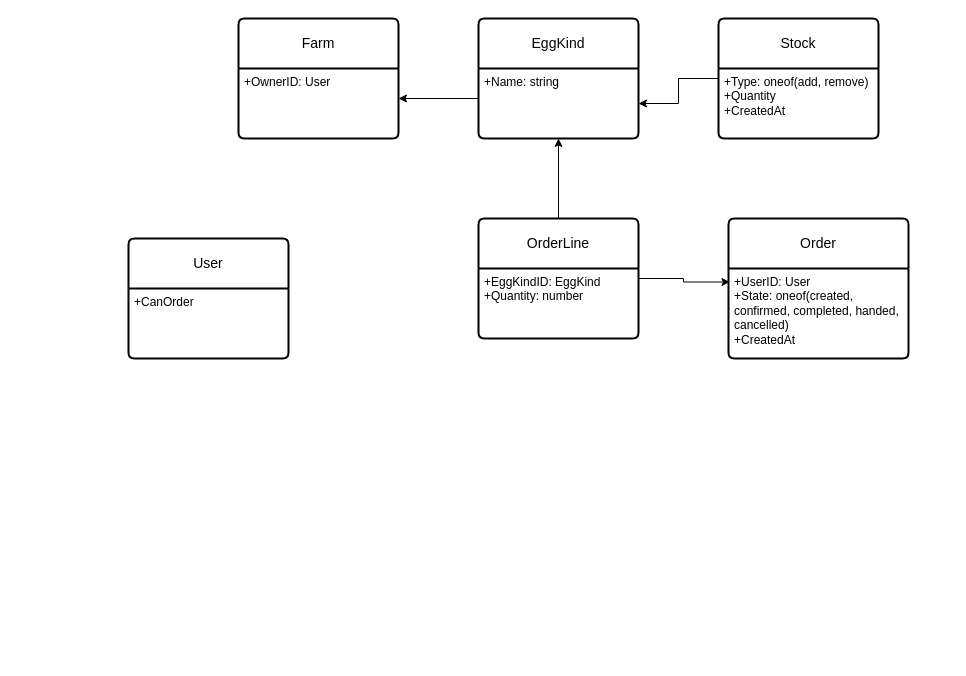
oldrich-todt/Eggcelent keeps this draw.io diagram as Diagrams/EntityRelations.drawio. Above is the earlier version. Source tidied: cells renumbered, new cells numbered last; positions are measured from the earlier drawing's top-left corner, leaving out a move shared by most shapes. Both pictures are drawn from the tidied source at 100%, with x=0, y=0 at pixel (128, 18).
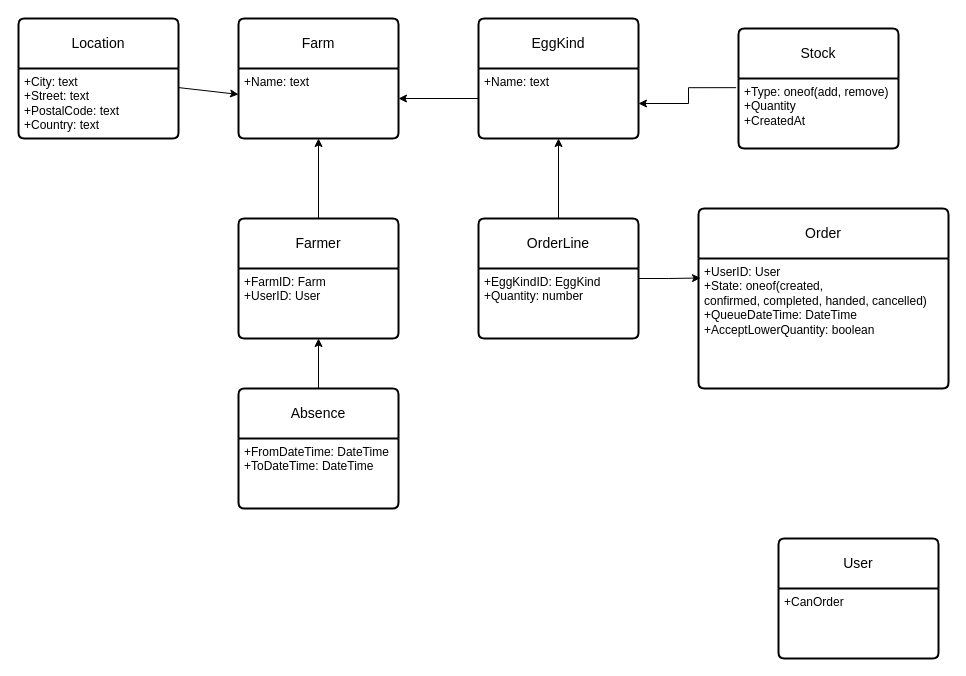
After the change.

Commit message (it also covers changes not shown here):
Update actors and relations diagrams

Unchanged cells that the change refers to:
```xml
<mxCell id="2" value="Farm" style="swimlane;horizontal=1;startSize=50;rounded=1;fontSize=14;fontStyle=0;strokeWidth=2;shadow=0;dashed=0;align=center;arcSize=4;whiteSpace=wrap;html=1;" parent="1" vertex="1">
  <mxGeometry x="110" width="160" height="120" as="geometry" />
</mxCell>
<mxCell id="5" value="EggKind" style="swimlane;horizontal=1;startSize=50;rounded=1;fontSize=14;fontStyle=0;strokeWidth=2;shadow=0;dashed=0;align=center;arcSize=4;whiteSpace=wrap;html=1;" parent="1" vertex="1">
  <mxGeometry x="350" width="160" height="120" as="geometry" />
</mxCell>
<mxCell id="9" value="+Type: oneof(add, remove)&lt;br&gt;+Quantity&lt;br&gt;+CreatedAt" style="align=left;strokeColor=none;fillColor=none;spacingLeft=4;fontSize=12;verticalAlign=top;html=1;" parent="8" vertex="1">
  <mxGeometry y="50" width="160" height="70" as="geometry" />
</mxCell>
```

The edit, as a diff of the source:
```diff
@@
-    <mxCell id="3" value="+OwnerID: User" style="align=left;strokeColor=none;fillColor=none;spacingLeft=4;fontSize=12;verticalAlign=top;html=1;" parent="2" vertex="1">
+    <mxCell id="3" value="+Name: text" style="align=left;strokeColor=none;fillColor=none;spacingLeft=4;fontSize=12;verticalAlign=top;html=1;" parent="2" vertex="1">
       <mxGeometry y="50" width="160" height="70" as="geometry" />
     </mxCell>
@@
-    <mxCell id="6" value="+Name: string" style="align=left;strokeColor=none;fillColor=none;spacingLeft=4;fontSize=12;verticalAlign=top;html=1;" parent="5" vertex="1">
+    <mxCell id="6" value="+Name: text" style="align=left;strokeColor=none;fillColor=none;spacingLeft=4;fontSize=12;verticalAlign=top;html=1;" parent="5" vertex="1">
       <mxGeometry y="50" width="160" height="70" as="geometry" />
     </mxCell>
-    <mxCell id="7" style="edgeStyle=orthogonalEdgeStyle;rounded=0;jettySize=auto;html=1;" parent="1" edge="1" source="8" target="6">
+    <mxCell id="7" style="edgeStyle=orthogonalEdgeStyle;rounded=0;jettySize=auto;html=1;entryX=1;entryY=0.5;entryDx=0;entryDy=0;exitX=-0.015;exitY=0.131;exitDx=0;exitDy=0;exitPerimeter=0;" parent="1" edge="1" source="9" target="6">
       <mxGeometry relative="1" as="geometry" />
     </mxCell>
     <mxCell id="8" value="Stock" style="swimlane;horizontal=1;startSize=50;rounded=1;fontSize=14;fontStyle=0;strokeWidth=2;shadow=0;dashed=0;align=center;arcSize=4;whiteSpace=wrap;html=1;" parent="1" vertex="1">
-      <mxGeometry x="590" width="160" height="120" as="geometry" />
+      <mxGeometry x="610" y="10" width="160" height="120" as="geometry" />
     </mxCell>
@@
     <mxCell id="10" value="Order" style="swimlane;horizontal=1;startSize=50;rounded=1;fontSize=14;fontStyle=0;strokeWidth=2;shadow=0;dashed=0;align=center;arcSize=4;whiteSpace=wrap;html=1;" parent="1" vertex="1">
-      <mxGeometry x="600" y="200" width="180" height="140" as="geometry" />
+      <mxGeometry x="570" y="190" width="250" height="180" as="geometry" />
     </mxCell>
-    <mxCell id="11" value="+UserID: User&lt;br&gt;+State: oneof(created, &lt;br&gt;confirmed, completed, handed,&lt;br&gt;cancelled)&lt;br&gt;+CreatedAt" style="align=left;strokeColor=none;fillColor=none;spacingLeft=4;fontSize=12;verticalAlign=top;html=1;" parent="10" vertex="1">
-      <mxGeometry y="50" width="180" height="90" as="geometry" />
+    <mxCell id="11" value="+UserID: User&lt;br&gt;+State: oneof(created, &lt;br&gt;confirmed, completed, handed, cancelled)&lt;br&gt;+QueueDateTime: DateTime&lt;br&gt;+AcceptLowerQuantity: boolean" style="align=left;strokeColor=none;fillColor=none;spacingLeft=4;fontSize=12;verticalAlign=top;html=1;" parent="10" vertex="1">
+      <mxGeometry y="50" width="250" height="130" as="geometry" />
     </mxCell>
@@
     <mxCell id="16" value="User" style="swimlane;horizontal=1;startSize=50;rounded=1;fontSize=14;fontStyle=0;strokeWidth=2;shadow=0;dashed=0;align=center;arcSize=4;whiteSpace=wrap;html=1;" parent="1" vertex="1">
-      <mxGeometry y="220" width="160" height="120" as="geometry" />
+      <mxGeometry x="650" y="520" width="160" height="120" as="geometry" />
     </mxCell>
@@
+    <mxCell id="18" style="edgeStyle=none;html=1;" parent="1" edge="1" source="19" target="3">
+      <mxGeometry relative="1" as="geometry" />
+    </mxCell>
+    <mxCell id="19" value="Farmer" style="swimlane;horizontal=1;startSize=50;rounded=1;fontSize=14;fontStyle=0;strokeWidth=2;shadow=0;dashed=0;align=center;arcSize=4;whiteSpace=wrap;html=1;" parent="1" vertex="1">
+      <mxGeometry x="110" y="200" width="160" height="120" as="geometry" />
+    </mxCell>
+    <mxCell id="20" value="+FarmID: Farm&lt;br&gt;+UserID: User" style="align=left;strokeColor=none;fillColor=none;spacingLeft=4;fontSize=12;verticalAlign=top;html=1;" parent="19" vertex="1">
+      <mxGeometry y="50" width="160" height="70" as="geometry" />
+    </mxCell>
+    <mxCell id="21" style="edgeStyle=none;html=1;" parent="1" edge="1" source="22" target="20">
+      <mxGeometry relative="1" as="geometry" />
+    </mxCell>
+    <mxCell id="22" value="Absence" style="swimlane;horizontal=1;startSize=50;rounded=1;fontSize=14;fontStyle=0;strokeWidth=2;shadow=0;dashed=0;align=center;arcSize=4;whiteSpace=wrap;html=1;" parent="1" vertex="1">
+      <mxGeometry x="110" y="370" width="160" height="120" as="geometry" />
+    </mxCell>
+    <mxCell id="23" value="+FromDateTime: DateTime&lt;br&gt;+ToDateTime: DateTime" style="align=left;strokeColor=none;fillColor=none;spacingLeft=4;fontSize=12;verticalAlign=top;html=1;" parent="22" vertex="1">
+      <mxGeometry y="50" width="160" height="70" as="geometry" />
+    </mxCell>
+    <mxCell id="24" style="edgeStyle=none;html=1;" parent="1" edge="1" source="25" target="3">
+      <mxGeometry relative="1" as="geometry" />
+    </mxCell>
+    <mxCell id="25" value="Location" style="swimlane;horizontal=1;startSize=50;rounded=1;fontSize=14;fontStyle=0;strokeWidth=2;shadow=0;dashed=0;align=center;arcSize=4;whiteSpace=wrap;html=1;" parent="1" vertex="1">
+      <mxGeometry x="-110" width="160" height="120" as="geometry" />
+    </mxCell>
+    <mxCell id="26" value="+City: text&lt;br&gt;+Street: text&lt;br&gt;+PostalCode: text&lt;br&gt;+Country: text" style="align=left;strokeColor=none;fillColor=none;spacingLeft=4;fontSize=12;verticalAlign=top;html=1;" parent="25" vertex="1">
+      <mxGeometry y="50" width="160" height="70" as="geometry" />
+    </mxCell>
```
